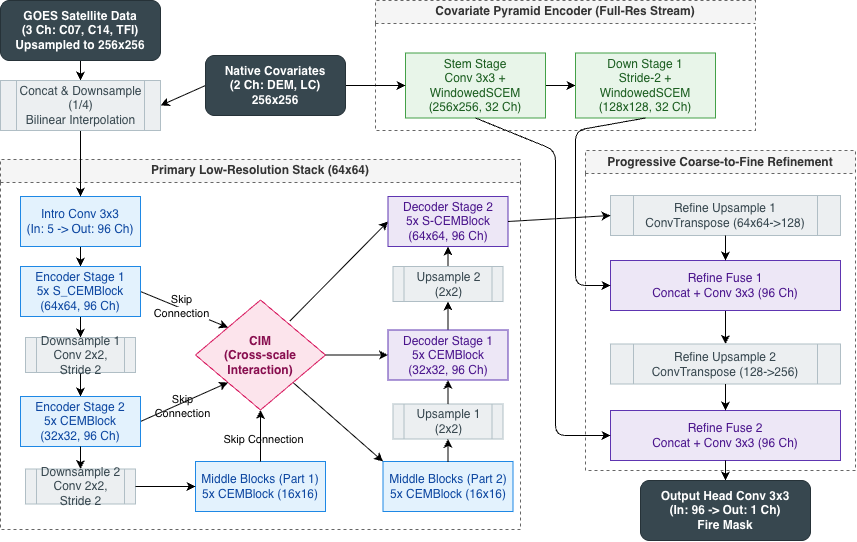
ada-th25/irp-th25-azure keeps this draw.io diagram as deliverables/figures/haunet_diagram.png. Above is the earlier version. Source tidied: cells renumbered, new cells last; positions are measured from the earlier drawing's top-left corner, leaving out a move shared by most shapes.
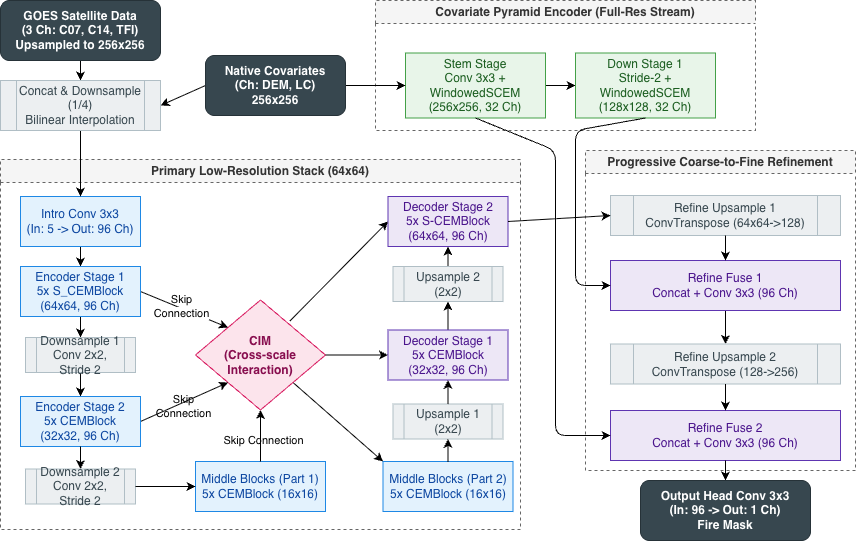
The same diagram one commit later.

What changed in the source:
```diff
@@ -174,7 +174,7 @@
     <mxCell id="53" value="GOES Satellite Data&#10;(3 Ch: C07, C14, TFI)&#10;Upsampled to 256x256" style="rounded=1;whiteSpace=wrap;html=1;fillColor=#37474F;strokeColor=#263238;fontColor=#FFFFFF;fontStyle=1;" parent="1" vertex="1">
       <mxGeometry width="160" height="60" as="geometry" />
     </mxCell>
-    <mxCell id="54" value="Native Covariates&#10;(2 Ch: DEM, LC)&#10;256x256" style="rounded=1;whiteSpace=wrap;html=1;fillColor=#37474F;strokeColor=#263238;fontColor=#FFFFFF;fontStyle=1;" parent="1" vertex="1">
+    <mxCell id="54" value="Native Covariates&lt;br&gt;(Ch: DEM, LC)&lt;br&gt;256x256" style="rounded=1;whiteSpace=wrap;html=1;fillColor=#37474F;strokeColor=#263238;fontColor=#FFFFFF;fontStyle=1;" parent="1" vertex="1">
       <mxGeometry x="205" y="55" width="140" height="60" as="geometry" />
     </mxCell>
     <mxCell id="55" value="Concat &amp; Downsample (1/4)&#10;Bilinear Interpolation" style="shape=process;whiteSpace=wrap;html=1;backgroundOutline=1;fillColor=#ECEFF1;strokeColor=#B0BEC5;fontColor=#37474F;" parent="1" vertex="1">
```
